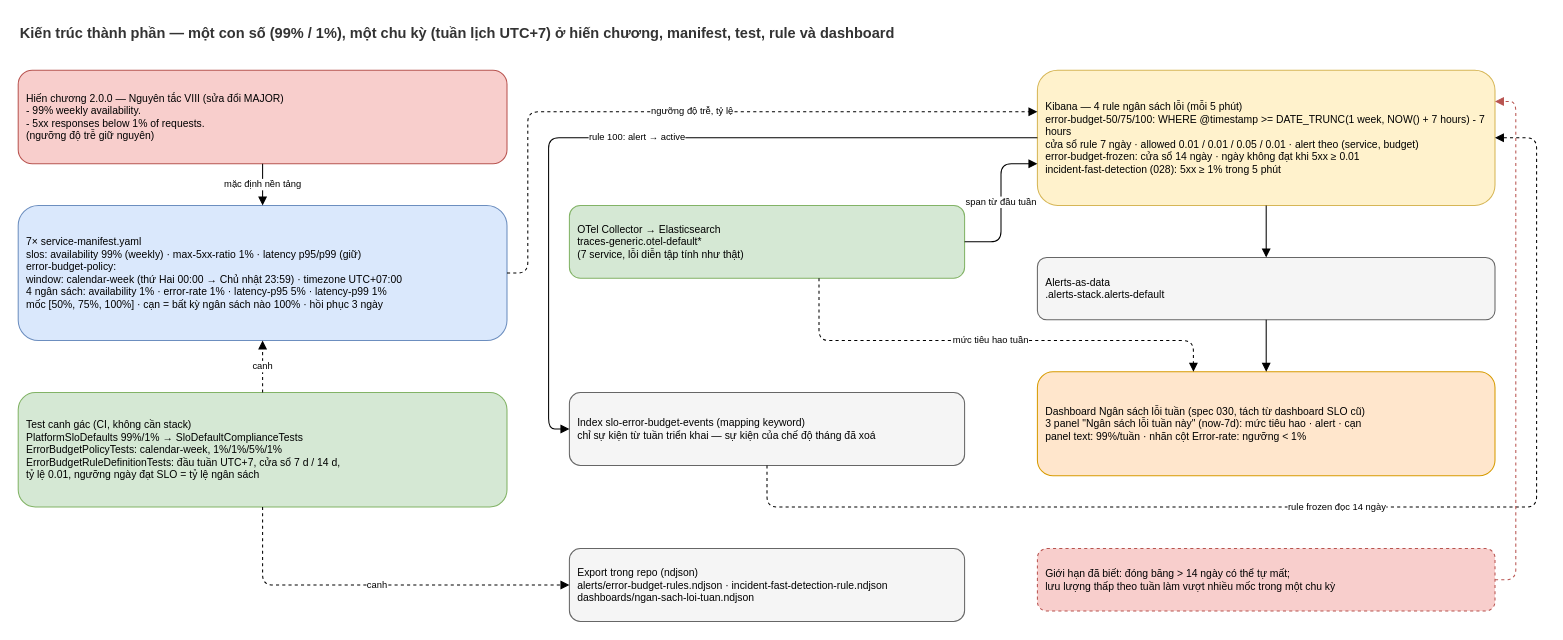
Earlier version of the draw.io diagram docs/diagrams/029-error-budget-weekly-component.drawio (nmhieuit/ecommerce). Source tidied: cells renumbered, new cells numbered last; positions are measured from the earlier drawing's top-left corner, leaving out a move shared by most shapes. Both pictures are drawn from the tidied source at 104%, with x=0, y=0 at pixel (18, 18).
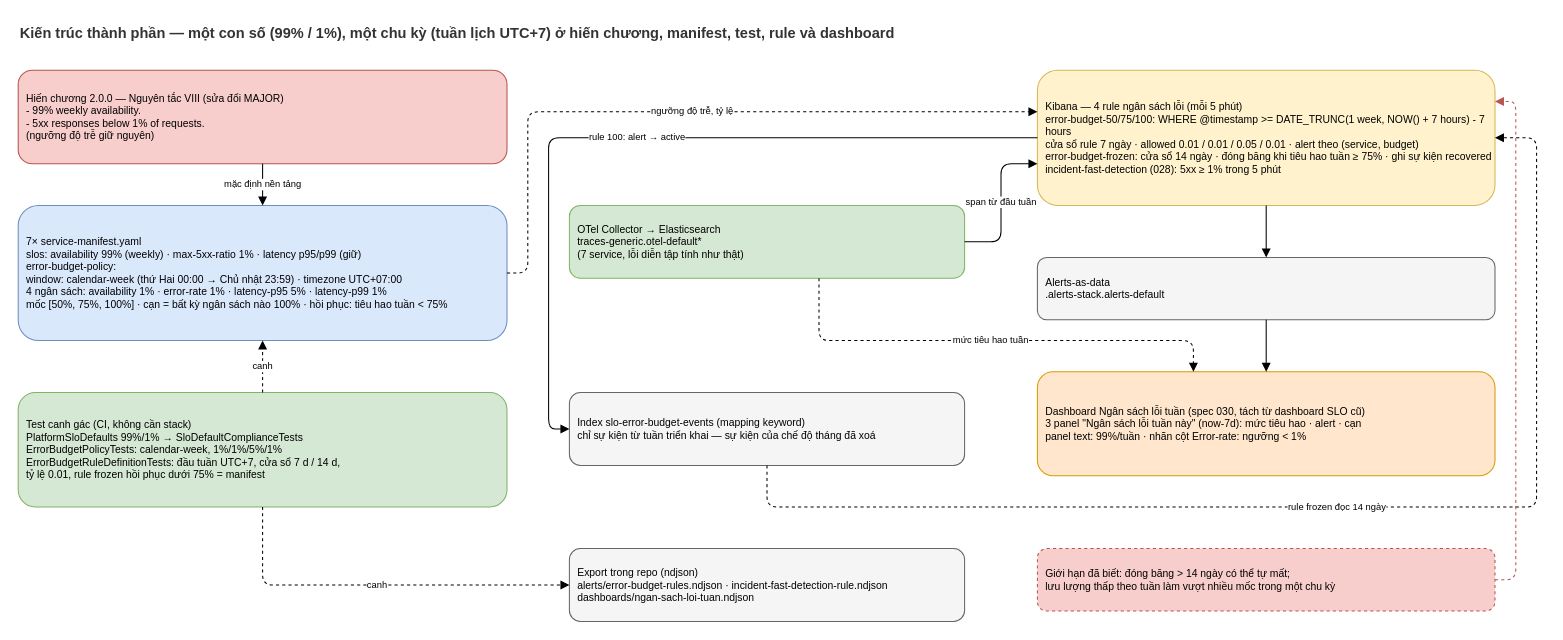
The same page after the edit.

What changed in the source:
```diff
@@
-    <mxCell id="4" value="7× service-manifest.yaml&#10;slos: availability 99% (weekly) · max-5xx-ratio 1% · latency p95/p99 (giữ)&#10;error-budget-policy:&#10;  window: calendar-week (thứ Hai 00:00 → Chủ nhật 23:59) · timezone UTC+07:00&#10;  4 ngân sách: availability 1% · error-rate 1% · latency-p95 5% · latency-p99 1%&#10;  mốc [50%, 75%, 100%] · cạn = bất kỳ ngân sách nào 100% · hồi phục 3 ngày" style="rounded=1;whiteSpace=wrap;html=1;fillColor=#dae8fc;strokeColor=#6c8ebf;fontSize=10;align=left;spacingLeft=6;" parent="1" vertex="1">
+    <mxCell id="4" value="7× service-manifest.yaml&#10;slos: availability 99% (weekly) · max-5xx-ratio 1% · latency p95/p99 (giữ)&#10;error-budget-policy:&#10;  window: calendar-week (thứ Hai 00:00 → Chủ nhật 23:59) · timezone UTC+07:00&#10;  4 ngân sách: availability 1% · error-rate 1% · latency-p95 5% · latency-p99 1%&#10;  mốc [50%, 75%, 100%] · cạn = bất kỳ ngân sách nào 100% · hồi phục: tiêu hao tuần &lt; 75%" style="rounded=1;whiteSpace=wrap;html=1;fillColor=#dae8fc;strokeColor=#6c8ebf;fontSize=10;align=left;spacingLeft=6;" parent="1" vertex="1">
       <mxGeometry y="180" width="470" height="130" as="geometry" />
     </mxCell>
-    <mxCell id="5" value="Test canh gác (CI, không cần stack)&#10;PlatformSloDefaults 99%/1% → SloDefaultComplianceTests&#10;ErrorBudgetPolicyTests: calendar-week, 1%/1%/5%/1%&#10;ErrorBudgetRuleDefinitionTests: đầu tuần UTC+7, cửa sổ 7 d / 14 d,&#10;  tỷ lệ 0.01, ngưỡng ngày đạt SLO = tỷ lệ ngân sách" style="rounded=1;whiteSpace=wrap;html=1;fillColor=#d5e8d4;strokeColor=#82b366;fontSize=10;align=left;spacingLeft=6;" parent="1" vertex="1">
+    <mxCell id="5" value="Test canh gác (CI, không cần stack)&#10;PlatformSloDefaults 99%/1% → SloDefaultComplianceTests&#10;ErrorBudgetPolicyTests: calendar-week, 1%/1%/5%/1%&#10;ErrorBudgetRuleDefinitionTests: đầu tuần UTC+7, cửa sổ 7 d / 14 d,&#10;  tỷ lệ 0.01, rule frozen hồi phục dưới 75% = manifest" style="rounded=1;whiteSpace=wrap;html=1;fillColor=#d5e8d4;strokeColor=#82b366;fontSize=10;align=left;spacingLeft=6;" parent="1" vertex="1">
       <mxGeometry y="360" width="470" height="110" as="geometry" />
     </mxCell>
@@
-    <mxCell id="9" value="Kibana — 4 rule ngân sách lỗi (mỗi 5 phút)&#10;error-budget-50/75/100: WHERE @timestamp &gt;= DATE_TRUNC(1 week, NOW() + 7 hours) - 7 hours&#10;  cửa sổ rule 7 ngày · allowed 0.01 / 0.01 / 0.05 / 0.01 · alert theo (service, budget)&#10;error-budget-frozen: cửa sổ 14 ngày · ngày không đạt khi 5xx ≥ 0.01&#10;incident-fast-detection (028): 5xx ≥ 1% trong 5 phút" style="rounded=1;whiteSpace=wrap;html=1;fillColor=#fff2cc;strokeColor=#d6b656;fontSize=10;align=left;spacingLeft=6;" parent="1" vertex="1">
+    <mxCell id="9" value="Kibana — 4 rule ngân sách lỗi (mỗi 5 phút)&#10;error-budget-50/75/100: WHERE @timestamp &gt;= DATE_TRUNC(1 week, NOW() + 7 hours) - 7 hours&#10;  cửa sổ rule 7 ngày · allowed 0.01 / 0.01 / 0.05 / 0.01 · alert theo (service, budget)&#10;error-budget-frozen: cửa sổ 14 ngày · đóng băng khi tiêu hao tuần ≥ 75% · ghi sự kiện recovered&#10;incident-fast-detection (028): 5xx ≥ 1% trong 5 phút" style="rounded=1;whiteSpace=wrap;html=1;fillColor=#fff2cc;strokeColor=#d6b656;fontSize=10;align=left;spacingLeft=6;" parent="1" vertex="1">
       <mxGeometry x="980" y="50" width="440" height="130" as="geometry" />
     </mxCell>
```
